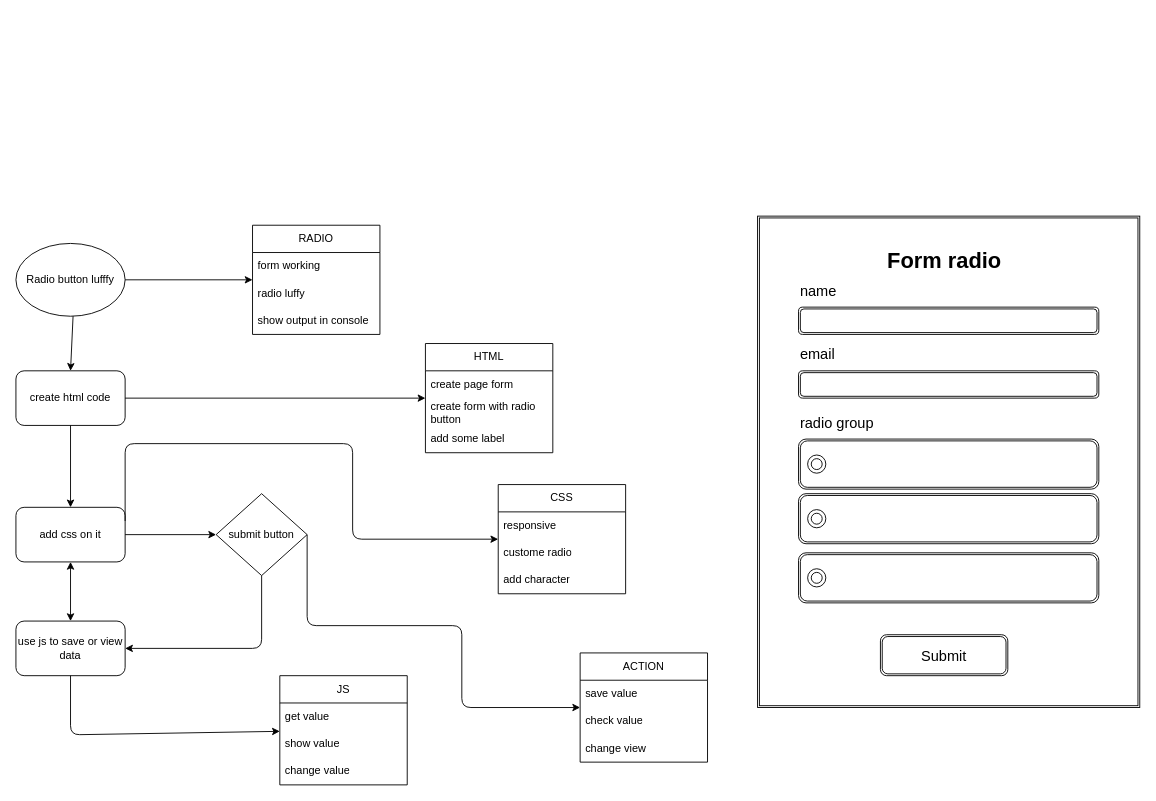
BinhNguyen3790/luffy-radio keeps this draw.io diagram as steps.drawio. Above is the earlier version. Source tidied: cells renumbered, new cells numbered last; positions are measured from the earlier drawing's top-left corner, leaving out a move shared by most shapes. Both pictures are drawn from the tidied source at 91%, with x=0, y=0 at pixel (15, 216).
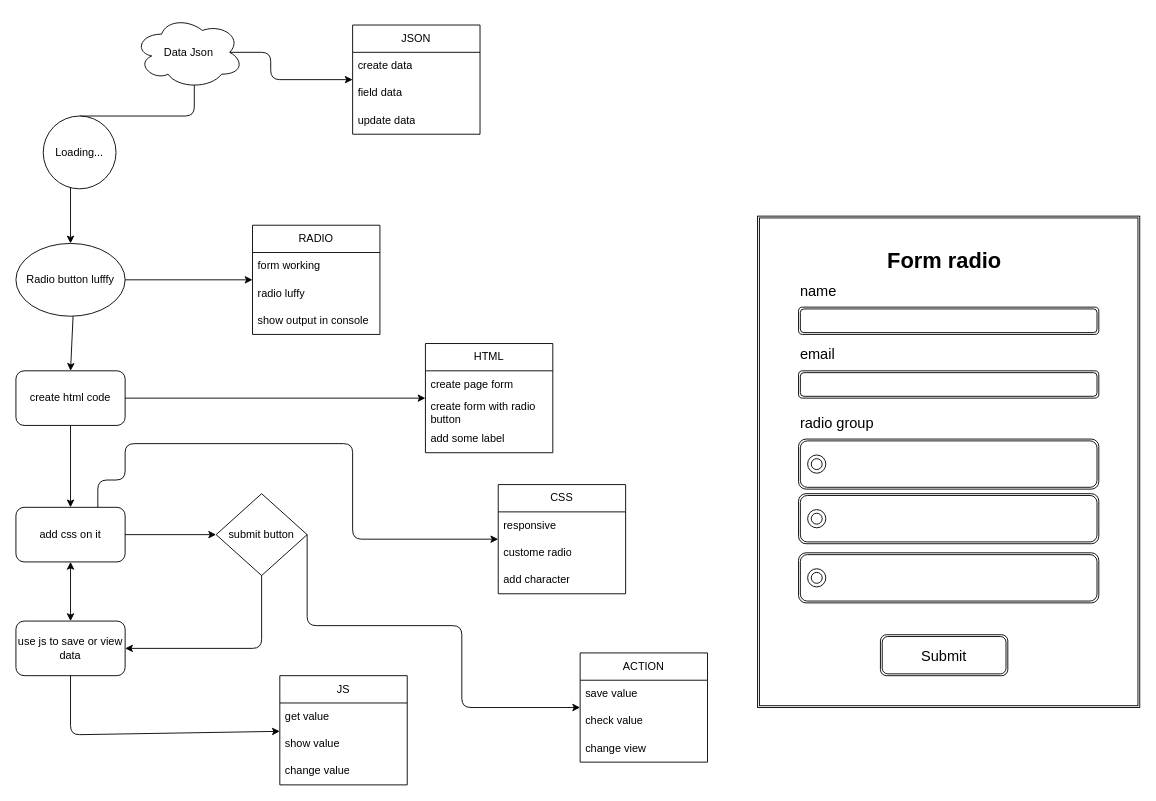
After the change.

The change refers to these unchanged cells:
```xml
<mxCell id="2" value="Radio button lufffy" style="ellipse;whiteSpace=wrap;html=1;" parent="1" vertex="1">
  <mxGeometry y="30" width="120" height="80" as="geometry" />
</mxCell>
<mxCell id="5" value="add css on it" style="rounded=1;whiteSpace=wrap;html=1;" parent="1" vertex="1">
  <mxGeometry y="320" width="120" height="60" as="geometry" />
</mxCell>
<mxCell id="22" value="CSS" style="swimlane;fontStyle=0;horizontal=1;startSize=30;whiteSpace=wrap;html=1;" parent="1" vertex="1">
  <mxGeometry x="530" y="295" width="140" height="120" as="geometry" />
</mxCell>
```

What changed in the source:
```diff
@@
-    <mxCell id="26" style="endArrow=classic;html=1;exitX=1;exitY=0.25;exitDx=0;exitDy=0;" parent="1" edge="1" source="5" target="22">
+    <mxCell id="26" style="endArrow=classic;html=1;exitX=0.75;exitY=0;exitDx=0;exitDy=0;" parent="1" edge="1" source="5" target="22">
       <mxGeometry relative="1" as="geometry">
         <Array as="points">
+          <mxPoint x="90" y="290" />
+          <mxPoint x="120" y="290" />
           <mxPoint x="120" y="250" />
           <mxPoint x="370" y="250" />
           <mxPoint x="370" y="355" />
         </Array>
       </mxGeometry>
     </mxCell>
@@
+    <mxCell id="51" value="Data Json" style="ellipse;shape=cloud;whiteSpace=wrap;html=1;" parent="1" vertex="1">
+      <mxGeometry x="130" y="-220" width="120" height="80" as="geometry" />
+    </mxCell>
+    <mxCell id="52" style="endArrow=classic;html=1;exitX=0.55;exitY=0.95;exitDx=0;exitDy=0;exitPerimeter=0;entryX=0.5;entryY=0;entryDx=0;entryDy=0;startArrow=none;" parent="1" edge="1" source="59" target="2">
+      <mxGeometry relative="1" as="geometry">
+        <Array as="points">
+          <mxPoint x="60" y="-70" />
+        </Array>
+      </mxGeometry>
+    </mxCell>
+    <mxCell id="53" value="JSON" style="swimlane;fontStyle=0;horizontal=1;startSize=30;whiteSpace=wrap;html=1;" parent="1" vertex="1">
+      <mxGeometry x="370" y="-210" width="140" height="120" as="geometry" />
+    </mxCell>
+    <mxCell id="54" value="create data" style="text;strokeColor=none;fillColor=none;align=left;verticalAlign=middle;spacingLeft=4;spacingRight=4;overflow=hidden;whiteSpace=wrap;html=1;" parent="53" vertex="1">
+      <mxGeometry y="30" width="140" height="30" as="geometry" />
+    </mxCell>
+    <mxCell id="55" value="field data" style="text;strokeColor=none;fillColor=none;align=left;verticalAlign=middle;spacingLeft=4;spacingRight=4;overflow=hidden;whiteSpace=wrap;html=1;" parent="53" vertex="1">
+      <mxGeometry y="60" width="140" height="30" as="geometry" />
+    </mxCell>
+    <mxCell id="56" value="update data" style="text;strokeColor=none;fillColor=none;align=left;verticalAlign=middle;spacingLeft=4;spacingRight=4;overflow=hidden;whiteSpace=wrap;html=1;" parent="53" vertex="1">
+      <mxGeometry y="90" width="140" height="30" as="geometry" />
+    </mxCell>
+    <mxCell id="57" style="endArrow=classic;html=1;exitX=0.875;exitY=0.5;exitDx=0;exitDy=0;exitPerimeter=0;" parent="1" edge="1" source="51" target="53">
+      <mxGeometry relative="1" as="geometry">
+        <Array as="points">
+          <mxPoint x="280" y="-180" />
+          <mxPoint x="280" y="-150" />
+        </Array>
+      </mxGeometry>
+    </mxCell>
+    <mxCell id="58" style="endArrow=none;html=1;exitX=0.55;exitY=0.95;exitDx=0;exitDy=0;exitPerimeter=0;entryX=0.5;entryY=0;entryDx=0;entryDy=0;" parent="1" edge="1" source="51" target="59">
+      <mxGeometry relative="1" as="geometry">
+        <Array as="points">
+          <mxPoint x="196" y="-110" />
+        </Array>
+      </mxGeometry>
+    </mxCell>
+    <mxCell id="59" value="Loading..." style="ellipse;whiteSpace=wrap;html=1;" parent="1" vertex="1">
+      <mxGeometry x="30" y="-110" width="80" height="80" as="geometry" />
+    </mxCell>
```
